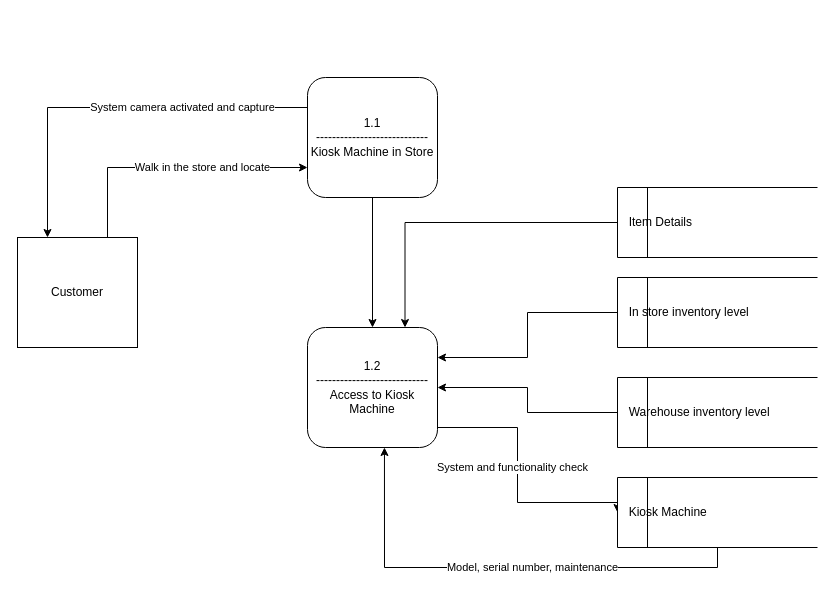
paige71/Draw.io keeps this draw.io diagram as Untitled Diagram.drawio. Above is the earlier version. Source tidied: cells renumbered, new cells numbered last; positions are measured from the earlier drawing's top-left corner, leaving out a move shared by most shapes. Both pictures are drawn from the tidied source at 100%, with x=0, y=0 at pixel (17, 17).
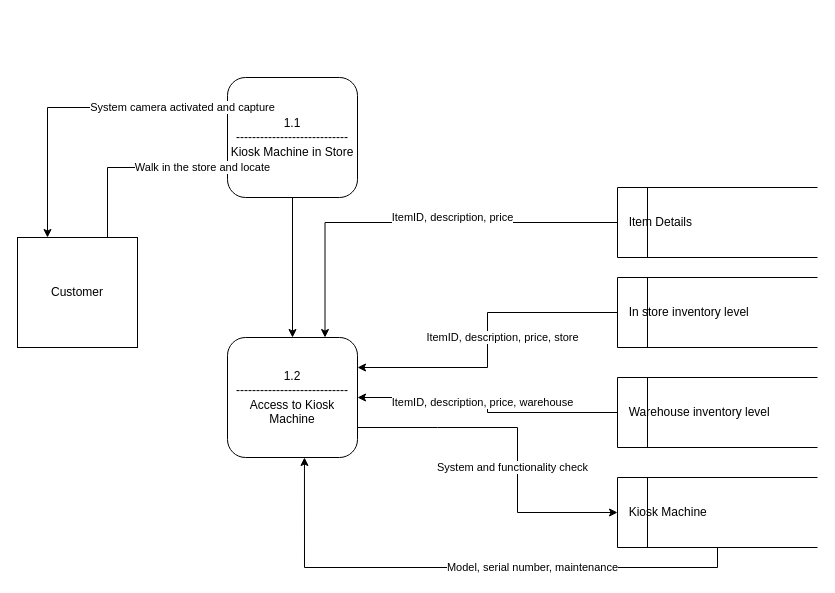
After the change.

Change to the diagram source:
```diff
@@
     <mxCell id="4" value="1.1&lt;br&gt;----------------------------&lt;br&gt;Kiosk Machine in Store" style="rounded=1;whiteSpace=wrap;html=1;" parent="1" vertex="1">
-      <mxGeometry x="290" y="60" width="130" height="120" as="geometry" />
+      <mxGeometry x="210" y="60" width="130" height="120" as="geometry" />
     </mxCell>
@@
     <mxCell id="8" value="1.2&lt;br&gt;----------------------------&lt;br&gt;Access to Kiosk Machine" style="rounded=1;whiteSpace=wrap;html=1;" parent="1" vertex="1">
-      <mxGeometry x="290" y="310" width="130" height="120" as="geometry" />
+      <mxGeometry x="210" y="320" width="130" height="120" as="geometry" />
     </mxCell>
@@
+    <mxCell id="21" value="ItemID, description, price" style="edgeLabel;html=1;align=center;verticalAlign=middle;" parent="1" vertex="1">
+      <mxGeometry x="560" y="110" as="geometry">
+        <mxPoint x="-126" y="89" as="offset" />
+      </mxGeometry>
+    </mxCell>
+    <mxCell id="22" value="ItemID, description, price, store" style="edgeLabel;html=1;align=center;verticalAlign=middle;" parent="1" vertex="1">
+      <mxGeometry x="610" y="230" as="geometry">
+        <mxPoint x="-126" y="89" as="offset" />
+      </mxGeometry>
+    </mxCell>
+    <mxCell id="23" value="ItemID, description, price, warehouse" style="edgeLabel;html=1;align=center;verticalAlign=middle;" parent="1" vertex="1">
+      <mxGeometry x="590" y="295" as="geometry">
+        <mxPoint x="-126" y="89" as="offset" />
+      </mxGeometry>
+    </mxCell>
```
